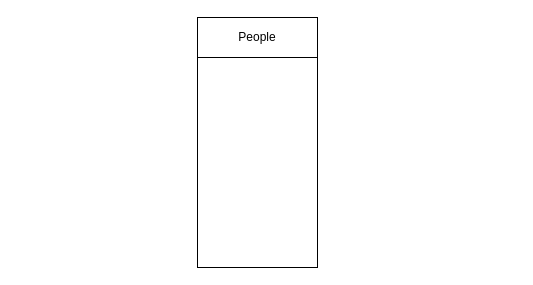
Above: diagram.drawio in TE22B-Champathong-Phatchara/SlutProj (draw.io), before the change. Source tidied: cells renumbered, new cells numbered last; positions are measured from the earlier drawing's top-left corner, leaving out a move shared by most shapes. Both pictures are drawn from the tidied source at 100%, with x=0, y=0 at pixel (197, 17).
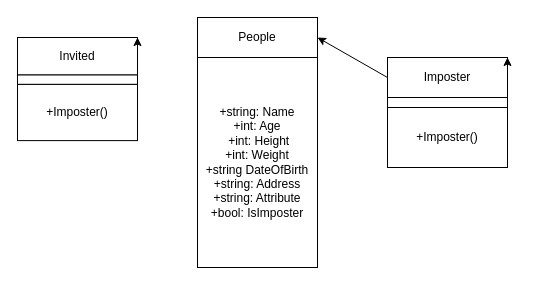
The same diagram, later.

Diff of the diagram source:
```diff
@@
 <mxGraphModel>
   <root>
     <mxCell id="0" />
     <mxCell id="1" parent="0" />
+    <mxCell id="4" style="edgeStyle=none;html=1;exitX=0;exitY=0.5;exitDx=0;exitDy=0;entryX=1;entryY=0.5;entryDx=0;entryDy=0;" parent="1" edge="1" source="6" target="2">
+      <mxGeometry relative="1" as="geometry" />
+    </mxCell>
+    <mxCell id="5" style="group;" parent="1" vertex="1">
+      <mxGeometry x="190" y="40" width="120" height="160" as="geometry" />
+    </mxCell>
+    <mxCell id="6" value="Imposter" style="rounded=0;whiteSpace=wrap;html=1;" parent="5" vertex="1">
+      <mxGeometry width="120" height="40" as="geometry" />
+    </mxCell>
+    <mxCell id="7" style="edgeStyle=none;html=1;exitX=1;exitY=0.25;exitDx=0;exitDy=0;entryX=1;entryY=0;entryDx=0;entryDy=0;" parent="5" edge="1" source="8" target="6">
+      <mxGeometry relative="1" as="geometry" />
+    </mxCell>
+    <mxCell id="8" style="rounded=0;whiteSpace=wrap;html=1;" parent="5" vertex="1">
+      <mxGeometry y="40" width="120" height="10" as="geometry" />
+    </mxCell>
+    <mxCell id="9" value="+Imposter()" style="rounded=0;whiteSpace=wrap;html=1;" parent="5" vertex="1">
+      <mxGeometry y="50" width="120" height="60" as="geometry" />
+    </mxCell>
+    <mxCell id="10" style="group;" parent="1" vertex="1">
+      <mxGeometry width="120" height="250" as="geometry" />
+    </mxCell>
-    <mxCell id="2" value="People" style="rounded=0;whiteSpace=wrap;html=1;" parent="1" vertex="1">
+    <mxCell id="2" value="People" style="rounded=0;whiteSpace=wrap;html=1;" parent="10" vertex="1">
       <mxGeometry width="120" height="40" as="geometry" />
     </mxCell>
-    <mxCell id="3" style="rounded=0;whiteSpace=wrap;html=1;" parent="1" vertex="1">
+    <mxCell id="3" value="+string: Name&lt;br&gt;+int: Age&lt;br&gt;&amp;nbsp;+int: Height&lt;br&gt;+int: Weight&lt;br&gt;+string DateOfBirth&lt;br&gt;+string: Address&lt;br&gt;+string: Attribute&lt;br&gt;+bool: IsImposter" style="rounded=0;whiteSpace=wrap;html=1;" parent="10" vertex="1">
       <mxGeometry y="40" width="120" height="210" as="geometry" />
     </mxCell>
+    <mxCell id="11" style="group;" parent="1" vertex="1">
+      <mxGeometry x="-180" y="20" width="120" height="150" as="geometry" />
+    </mxCell>
+    <mxCell id="12" value="Invited" style="rounded=0;whiteSpace=wrap;html=1;" parent="11" vertex="1">
+      <mxGeometry width="120" height="37.5" as="geometry" />
+    </mxCell>
+    <mxCell id="13" style="edgeStyle=none;html=1;exitX=1;exitY=0.25;exitDx=0;exitDy=0;entryX=1;entryY=0;entryDx=0;entryDy=0;" parent="11" edge="1" source="14" target="12">
+      <mxGeometry relative="1" as="geometry" />
+    </mxCell>
+    <mxCell id="14" style="rounded=0;whiteSpace=wrap;html=1;" parent="11" vertex="1">
+      <mxGeometry y="37.5" width="120" height="9.4" as="geometry" />
+    </mxCell>
+    <mxCell id="15" value="+Imposter()" style="rounded=0;whiteSpace=wrap;html=1;" parent="11" vertex="1">
+      <mxGeometry y="46.9" width="120" height="56.2" as="geometry" />
+    </mxCell>
   </root>
 </mxGraphModel>
```
